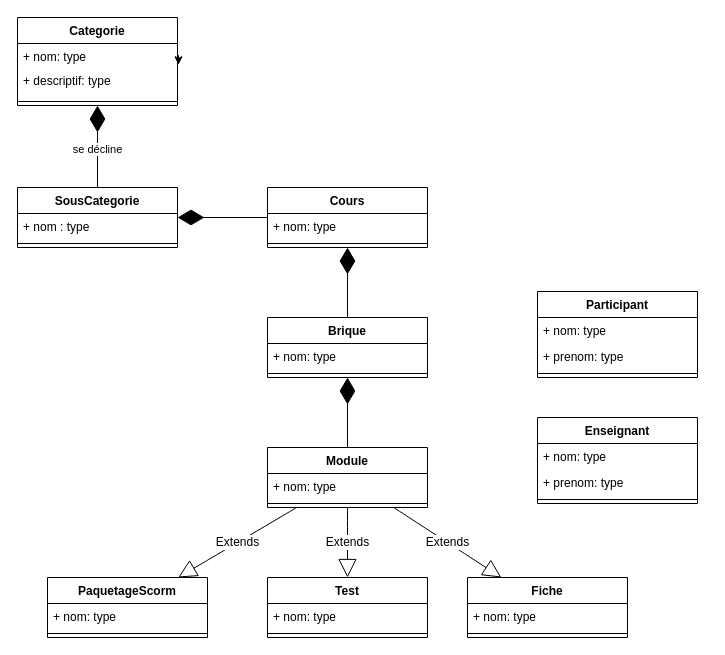
The draw.io diagram MasKaret.drawio in jean-seb-2106/pythontest, before the edit. Source tidied: cells renumbered, new cells numbered last; positions are measured from the earlier drawing's top-left corner, leaving out a move shared by most shapes. Both pictures are drawn from the tidied source at 100%, with x=0, y=0 at pixel (17, 17).
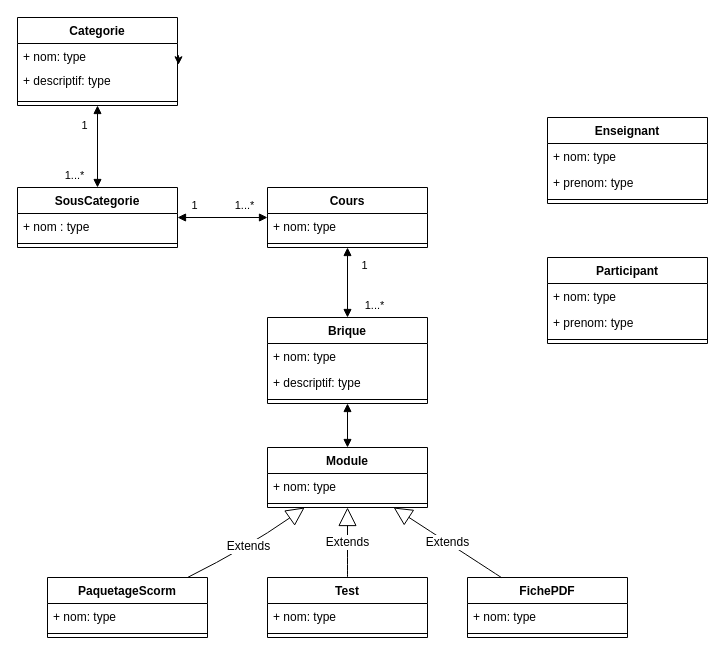
After the change.

Commit message:
Mettre à jour MasKaret.drawio

Unchanged cells that the change refers to:
```xml
<mxCell id="2" value="Categorie" style="swimlane;fontStyle=1;align=center;verticalAlign=top;horizontal=1;startSize=26;whiteSpace=wrap;html=1;" parent="1" vertex="1">
  <mxGeometry width="160" height="88" as="geometry" />
</mxCell>
<mxCell id="7" value="SousCategorie" style="swimlane;fontStyle=1;align=center;verticalAlign=top;horizontal=1;startSize=26;whiteSpace=wrap;html=1;" parent="1" vertex="1">
  <mxGeometry y="170" width="160" height="60" as="geometry" />
</mxCell>
<mxCell id="10" value="Cours" style="swimlane;fontStyle=1;align=center;verticalAlign=top;horizontal=1;startSize=26;whiteSpace=wrap;html=1;" parent="1" vertex="1">
  <mxGeometry x="250" y="170" width="160" height="60" as="geometry" />
</mxCell>
<mxCell id="13" value="Module" style="swimlane;fontStyle=1;align=center;verticalAlign=top;horizontal=1;startSize=26;whiteSpace=wrap;html=1;" parent="1" vertex="1">
  <mxGeometry x="250" y="430" width="160" height="60" as="geometry" />
</mxCell>
<mxCell id="28" value="PaquetageScorm" style="swimlane;fontStyle=1;align=center;verticalAlign=top;horizontal=1;startSize=26;whiteSpace=wrap;html=1;" parent="1" vertex="1">
  <mxGeometry x="30" y="560" width="160" height="60" as="geometry" />
</mxCell>
<mxCell id="37" value="Test" style="swimlane;fontStyle=1;align=center;verticalAlign=top;horizontal=1;startSize=26;whiteSpace=wrap;html=1;" parent="1" vertex="1">
  <mxGeometry x="250" y="560" width="160" height="60" as="geometry" />
</mxCell>
```

What changed in the source:
```diff
@@
-    <mxCell id="16" style="endArrow=diamondThin;endFill=1;endSize=24;html=1;rounded=0;" parent="1" edge="1" source="7" target="2">
-      <mxGeometry relative="1" as="geometry" />
-    </mxCell>
-    <mxCell id="17" value="se décline" style="edgeLabel;html=1;align=center;verticalAlign=middle;" parent="16" vertex="1">
-      <mxGeometry x="-0.04" y="1" relative="1" as="geometry" />
-    </mxCell>
-    <mxCell id="18" style="endArrow=diamondThin;endFill=1;endSize=24;html=1;rounded=0;" parent="1" edge="1" source="10" target="7">
-      <mxGeometry relative="1" as="geometry" />
-    </mxCell>
     <mxCell id="19" value="Enseignant" style="swimlane;fontStyle=1;align=center;verticalAlign=top;horizontal=1;startSize=26;whiteSpace=wrap;html=1;" parent="1" vertex="1">
-      <mxGeometry x="520" y="400" width="160" height="86" as="geometry" />
+      <mxGeometry x="530" y="100" width="160" height="86" as="geometry" />
     </mxCell>
@@
     <mxCell id="23" value="Participant" style="swimlane;fontStyle=1;align=center;verticalAlign=top;horizontal=1;startSize=26;whiteSpace=wrap;html=1;" parent="1" vertex="1">
-      <mxGeometry x="520" y="274" width="160" height="86" as="geometry" />
+      <mxGeometry x="530" y="240" width="160" height="86" as="geometry" />
     </mxCell>
@@
-    <mxCell id="27" value="Extends" style="endArrow=block;endSize=16;endFill=0;html=1;rounded=0;fontSize=12;curved=1;" parent="1" edge="1" source="13" target="28">
-      <mxGeometry relative="1" as="geometry" />
+    <mxCell id="27" value="Extends" style="endArrow=block;endSize=16;endFill=0;html=1;rounded=0;fontSize=12;curved=1;" parent="1" edge="1" source="28" target="13">
+      <mxGeometry relative="1" as="geometry">
+        <Array as="points">
+          <mxPoint x="230" y="530" />
+        </Array>
+      </mxGeometry>
     </mxCell>
@@
     <mxCell id="31" value="Brique" style="swimlane;fontStyle=1;align=center;verticalAlign=top;horizontal=1;startSize=26;whiteSpace=wrap;html=1;" parent="1" vertex="1">
-      <mxGeometry x="250" y="300" width="160" height="60" as="geometry" />
+      <mxGeometry x="250" y="300" width="160" height="86" as="geometry" />
     </mxCell>
@@
+    <mxCell id="44" value="+ descriptif: type" style="text;strokeColor=none;fillColor=none;align=left;verticalAlign=top;spacingLeft=4;spacingRight=4;overflow=hidden;whiteSpace=wrap;html=1;" parent="31" vertex="1">
+      <mxGeometry y="52" width="160" height="26" as="geometry" />
+    </mxCell>
     <mxCell id="33" style="line;strokeWidth=1;fillColor=none;align=left;verticalAlign=middle;spacingTop=-1;spacingLeft=3;spacingRight=3;labelPosition=right;strokeColor=inherit;" parent="31" vertex="1">
-      <mxGeometry y="52" width="160" height="8" as="geometry" />
+      <mxGeometry y="78" width="160" height="8" as="geometry" />
     </mxCell>
-    <mxCell id="34" style="endArrow=diamondThin;endFill=1;endSize=24;html=1;rounded=0;" parent="1" edge="1" source="31" target="10">
-      <mxGeometry relative="1" as="geometry" />
-    </mxCell>
-    <mxCell id="35" style="endArrow=diamondThin;endFill=1;endSize=24;html=1;rounded=0;" parent="1" edge="1" source="13" target="31">
-      <mxGeometry relative="1" as="geometry" />
-    </mxCell>
-    <mxCell id="36" value="Extends" style="endArrow=block;endSize=16;endFill=0;html=1;rounded=0;fontSize=12;curved=1;" parent="1" edge="1" source="13" target="37">
+    <mxCell id="36" value="Extends" style="endArrow=block;endSize=16;endFill=0;html=1;rounded=0;fontSize=12;curved=1;" parent="1" edge="1" source="37" target="13">
       <mxGeometry relative="1" as="geometry" />
     </mxCell>
@@
-    <mxCell id="40" value="Fiche" style="swimlane;fontStyle=1;align=center;verticalAlign=top;horizontal=1;startSize=26;whiteSpace=wrap;html=1;" parent="1" vertex="1">
+    <mxCell id="40" value="FichePDF" style="swimlane;fontStyle=1;align=center;verticalAlign=top;horizontal=1;startSize=26;whiteSpace=wrap;html=1;" parent="1" vertex="1">
       <mxGeometry x="450" y="560" width="160" height="60" as="geometry" />
     </mxCell>
@@
-    <mxCell id="43" value="Extends" style="endArrow=block;endSize=16;endFill=0;html=1;rounded=0;fontSize=12;curved=1;" parent="1" edge="1" source="13" target="40">
+    <mxCell id="43" value="Extends" style="endArrow=block;endSize=16;endFill=0;html=1;rounded=0;fontSize=12;curved=1;" parent="1" edge="1" source="40" target="13">
       <mxGeometry relative="1" as="geometry" />
     </mxCell>
+    <mxCell id="45" style="endArrow=block;startArrow=block;endFill=1;startFill=1;html=1;rounded=0;" parent="1" edge="1" source="31" target="13">
+      <mxGeometry relative="1" as="geometry" />
+    </mxCell>
+    <mxCell id="46" style="endArrow=block;startArrow=block;endFill=1;startFill=1;html=1;rounded=0;" parent="1" edge="1" source="2" target="7">
+      <mxGeometry relative="1" as="geometry" />
+    </mxCell>
+    <mxCell id="18" style="endArrow=block;startArrow=block;endFill=1;startFill=1;html=1;rounded=0;" parent="1" edge="1" source="10" target="7">
+      <mxGeometry relative="1" as="geometry" />
+    </mxCell>
+    <mxCell id="34" style="endArrow=block;startArrow=block;endFill=1;startFill=1;html=1;rounded=0;" parent="1" edge="1" source="31" target="10">
+      <mxGeometry relative="1" as="geometry" />
+    </mxCell>
+    <mxCell id="47" value="1" style="edgeLabel;html=1;align=center;verticalAlign=middle;" parent="1" vertex="1">
+      <mxGeometry x="40" y="100" as="geometry">
+        <mxPoint x="26" y="7" as="offset" />
+      </mxGeometry>
+    </mxCell>
+    <mxCell id="48" value="1...*" style="edgeLabel;html=1;align=center;verticalAlign=middle;" parent="1" vertex="1">
+      <mxGeometry x="30" y="150" as="geometry">
+        <mxPoint x="26" y="7" as="offset" />
+      </mxGeometry>
+    </mxCell>
+    <mxCell id="49" value="1" style="edgeLabel;html=1;align=center;verticalAlign=middle;" parent="1" vertex="1">
+      <mxGeometry x="150" y="180" as="geometry">
+        <mxPoint x="26" y="7" as="offset" />
+      </mxGeometry>
+    </mxCell>
+    <mxCell id="50" value="1...*" style="edgeLabel;html=1;align=center;verticalAlign=middle;" parent="1" vertex="1">
+      <mxGeometry x="200" y="180" as="geometry">
+        <mxPoint x="26" y="7" as="offset" />
+      </mxGeometry>
+    </mxCell>
+    <mxCell id="51" value="1" style="edgeLabel;html=1;align=center;verticalAlign=middle;" parent="1" vertex="1">
+      <mxGeometry x="320" y="240" as="geometry">
+        <mxPoint x="26" y="7" as="offset" />
+      </mxGeometry>
+    </mxCell>
+    <mxCell id="52" value="1...*" style="edgeLabel;html=1;align=center;verticalAlign=middle;" parent="1" vertex="1">
+      <mxGeometry x="330" y="280" as="geometry">
+        <mxPoint x="26" y="7" as="offset" />
+      </mxGeometry>
+    </mxCell>
```
